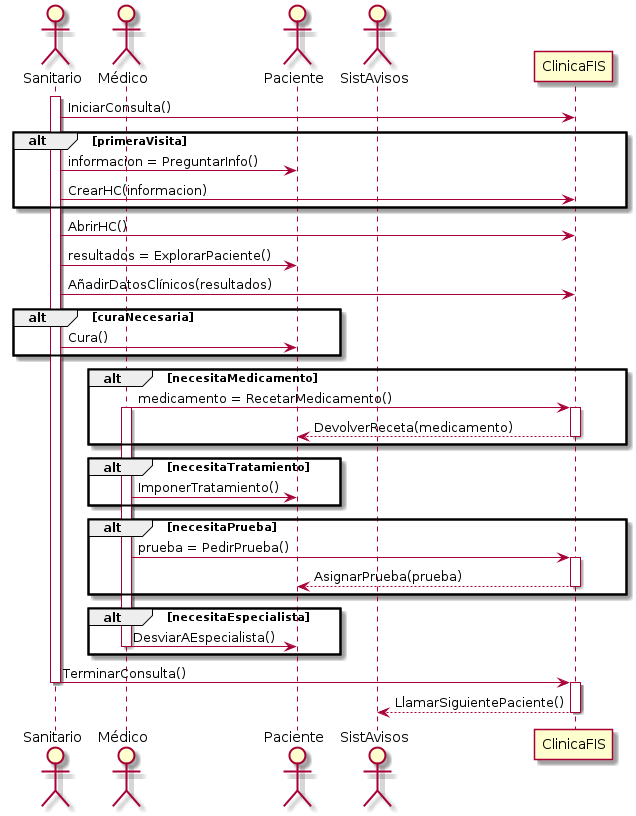
jmml97/fis-practicas keeps this PlantUML diagram as p3/diagramas/diagramaConsulta.png. Above is the earlier version.
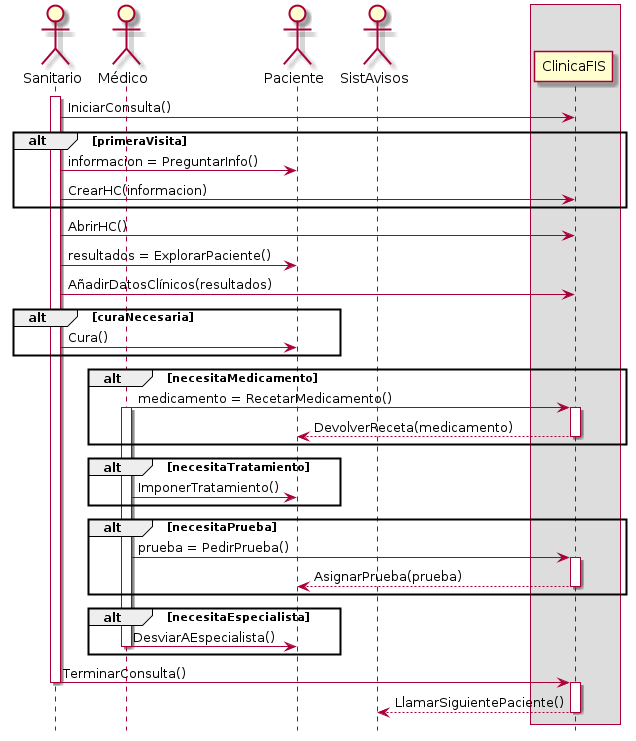
Later version of the same file.

Change to the diagram source:
```diff
@@ -3,12 +3,17 @@
 actor Médico
 actor Paciente
 actor SistAvisos
+box
+	participant ClinicaFIS
+end box
+
+hide footbox
 
 activate Sanitario
 
 Sanitario -> ClinicaFIS : IniciarConsulta()
 
-alt primeraVisita
+alt #transparent primeraVisita
 	Sanitario -> Paciente : informacion = PreguntarInfo()
 	Sanitario -> ClinicaFIS : CrearHC(informacion)
 end
@@ -19,12 +24,12 @@
 
 Sanitario -> ClinicaFIS : AñadirDatosClínicos(resultados)
 
-alt curaNecesaria
+alt #transparent curaNecesaria
 	Sanitario -> Paciente : Cura()
 end
 
 
-alt necesitaMedicamento
+alt #transparent necesitaMedicamento
 	Médico -> ClinicaFIS : medicamento = RecetarMedicamento()
 	activate Médico
 	activate ClinicaFIS
@@ -32,18 +37,18 @@
 	deactivate ClinicaFIS
 end
 
-alt necesitaTratamiento
+alt #transparent necesitaTratamiento
 	Médico -> Paciente : ImponerTratamiento()
 end
 
-alt necesitaPrueba
+alt #transparent necesitaPrueba
 	Médico -> ClinicaFIS : prueba = PedirPrueba()
 	activate ClinicaFIS
 	ClinicaFIS --> Paciente : AsignarPrueba(prueba)
 	deactivate ClinicaFIS
 end
 
-alt necesitaEspecialista
+alt #transparent necesitaEspecialista
 	Médico -> Paciente : DesviarAEspecialista()
 	deactivate Médico
 end
```
